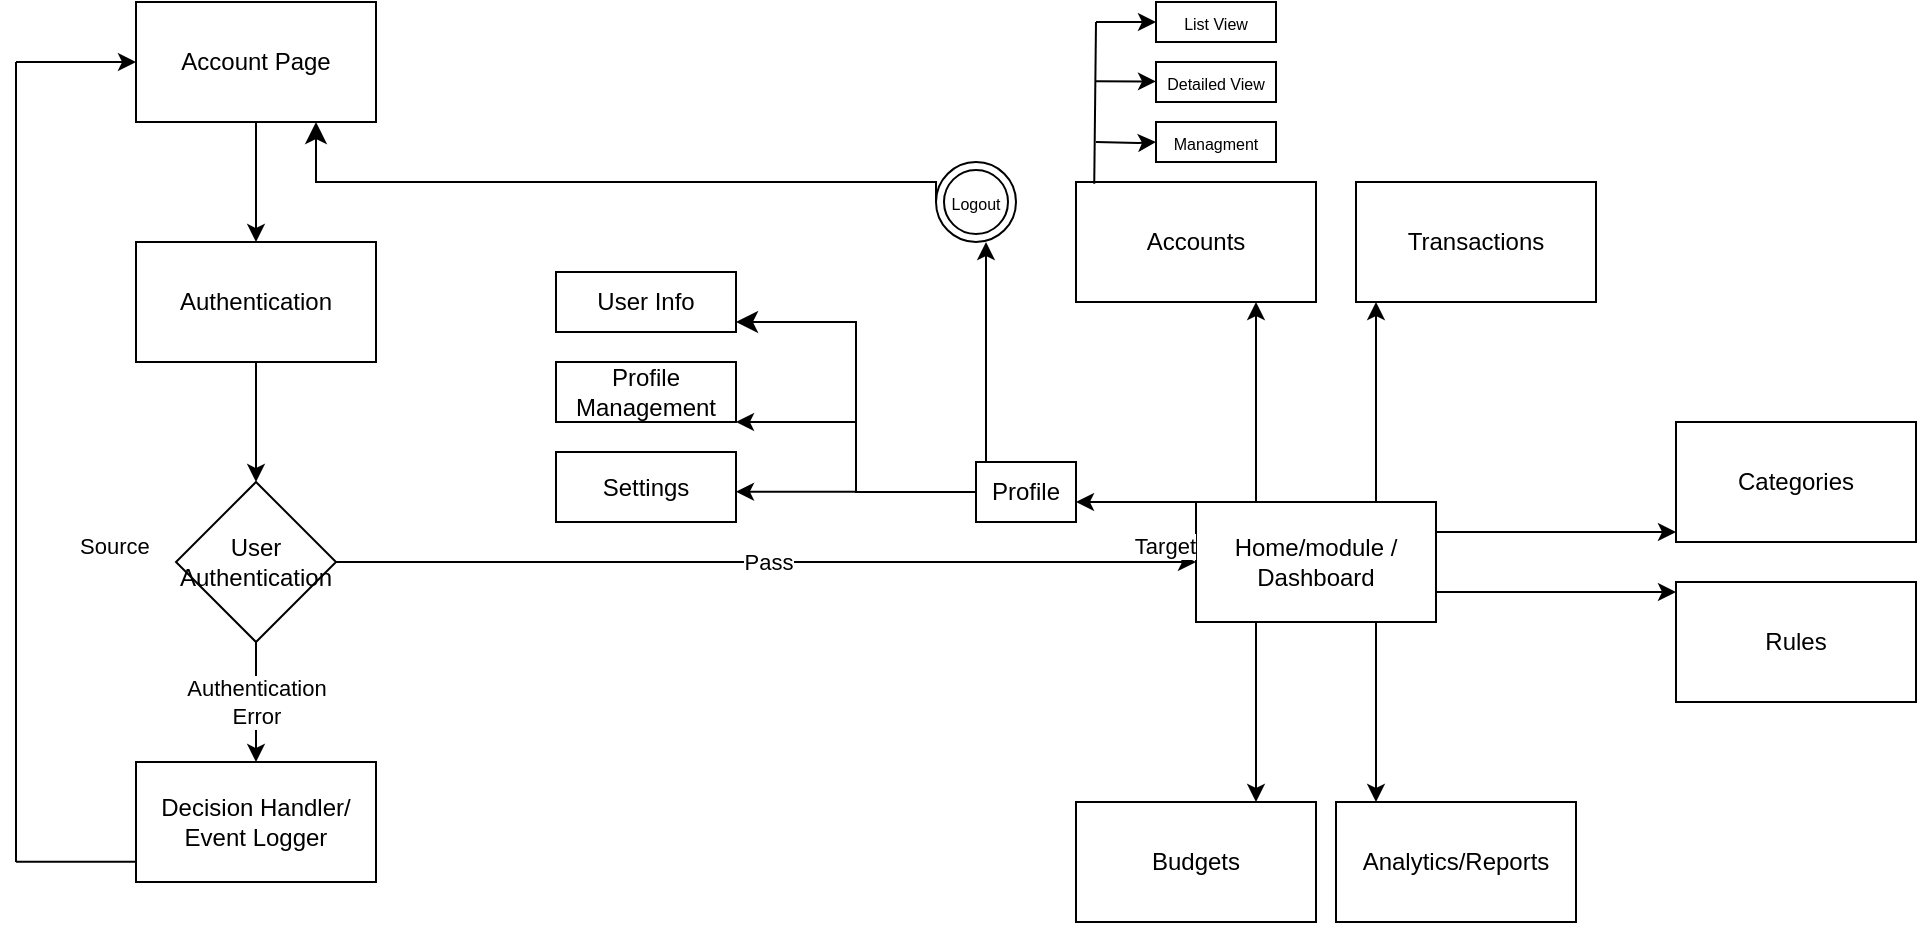
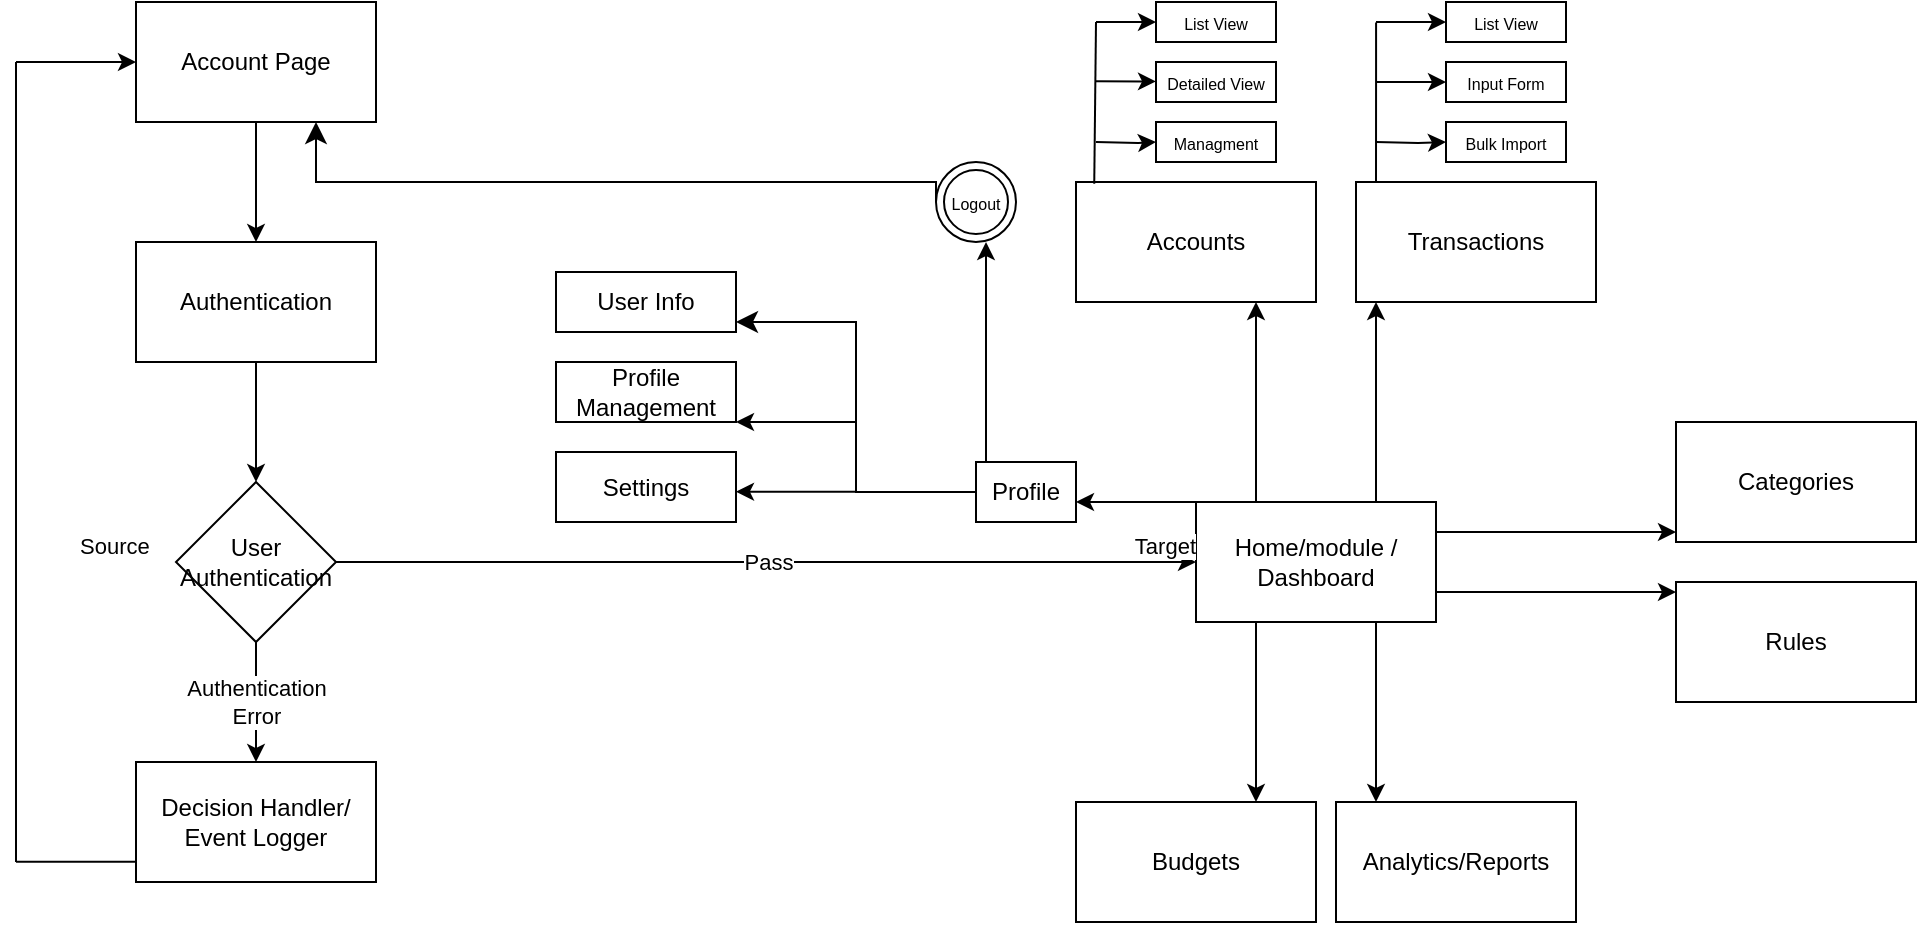
<mxfile host="app.diagrams.net" agent="Mozilla/5.0 (Windows NT 10.0; Win64; x64) AppleWebKit/537.36 (KHTML, like Gecko) Chrome/139.0.0.0 Safari/537.36" version="28.1.0">
  <diagram name="Page-1" id="GulApN4WPxvMzPRhlIXC">
-     <mxGraphModel dx="1348" dy="261" grid="1" gridSize="10" guides="1" tooltips="1" connect="1" arrows="1" fold="1" page="1" pageScale="1" pageWidth="850" pageHeight="1100" math="0" shadow="0">
+     <mxGraphModel dx="1194" dy="180" grid="1" gridSize="10" guides="1" tooltips="1" connect="1" arrows="1" fold="1" page="1" pageScale="1" pageWidth="850" pageHeight="1100" math="0" shadow="0">
      <root>
        <mxCell id="0" />
        <mxCell id="1" parent="0" />
        <mxCell id="rlmv7btFgNykXjglH9dx-1" value="Account Page" style="rounded=0;whiteSpace=wrap;html=1;" parent="1" vertex="1">
          <mxGeometry x="-250" y="80" width="120" height="60" as="geometry" />
        </mxCell>
        <mxCell id="rlmv7btFgNykXjglH9dx-2" value="" style="endArrow=classic;html=1;rounded=0;exitX=0.5;exitY=1;exitDx=0;exitDy=0;entryX=0.5;entryY=0;entryDx=0;entryDy=0;" parent="1" source="rlmv7btFgNykXjglH9dx-1" target="rlmv7btFgNykXjglH9dx-4" edge="1">
          <mxGeometry width="50" height="50" relative="1" as="geometry">
            <mxPoint x="-180" y="150" as="sourcePoint" />
            <mxPoint x="-30" y="110" as="targetPoint" />
          </mxGeometry>
        </mxCell>
        <mxCell id="rlmv7btFgNykXjglH9dx-4" value="Authentication" style="rounded=0;whiteSpace=wrap;html=1;" parent="1" vertex="1">
          <mxGeometry x="-250" y="200" width="120" height="60" as="geometry" />
        </mxCell>
        <mxCell id="rlmv7btFgNykXjglH9dx-6" value="User Authentication" style="rhombus;whiteSpace=wrap;html=1;" parent="1" vertex="1">
          <mxGeometry x="-230" y="320" width="80" height="80" as="geometry" />
        </mxCell>
        <mxCell id="rlmv7btFgNykXjglH9dx-7" value="" style="endArrow=classic;html=1;rounded=0;exitX=0.5;exitY=1;exitDx=0;exitDy=0;" parent="1" source="rlmv7btFgNykXjglH9dx-4" target="rlmv7btFgNykXjglH9dx-6" edge="1">
          <mxGeometry width="50" height="50" relative="1" as="geometry">
            <mxPoint x="-190" y="280" as="sourcePoint" />
            <mxPoint x="-140" y="230" as="targetPoint" />
          </mxGeometry>
        </mxCell>
        <mxCell id="rlmv7btFgNykXjglH9dx-11" value="Home/module / Dashboard" style="rounded=0;whiteSpace=wrap;html=1;" parent="1" vertex="1">
          <mxGeometry x="280" y="330" width="120" height="60" as="geometry" />
        </mxCell>
        <mxCell id="rlmv7btFgNykXjglH9dx-12" value="Pass" style="endArrow=classic;html=1;rounded=0;entryX=0;entryY=0.5;entryDx=0;entryDy=0;exitX=1;exitY=0.5;exitDx=0;exitDy=0;" parent="1" target="rlmv7btFgNykXjglH9dx-11" edge="1" source="rlmv7btFgNykXjglH9dx-6">
          <mxGeometry x="0.0033" relative="1" as="geometry">
            <mxPoint x="120" y="360" as="sourcePoint" />
            <mxPoint x="240" y="360" as="targetPoint" />
            <mxPoint as="offset" />
          </mxGeometry>
        </mxCell>
        <mxCell id="rlmv7btFgNykXjglH9dx-14" value="Source" style="edgeLabel;resizable=0;html=1;;align=left;verticalAlign=bottom;" parent="rlmv7btFgNykXjglH9dx-12" connectable="0" vertex="1">
          <mxGeometry x="-1" relative="1" as="geometry">
            <mxPoint x="-130" as="offset" />
          </mxGeometry>
        </mxCell>
        <mxCell id="rlmv7btFgNykXjglH9dx-15" value="Target" style="edgeLabel;resizable=0;html=1;;align=right;verticalAlign=bottom;" parent="rlmv7btFgNykXjglH9dx-12" connectable="0" vertex="1">
          <mxGeometry x="1" relative="1" as="geometry" />
        </mxCell>
        <mxCell id="rlmv7btFgNykXjglH9dx-16" value="Decision Handler/ Event Logger" style="rounded=0;whiteSpace=wrap;html=1;" parent="1" vertex="1">
          <mxGeometry x="-250" y="460" width="120" height="60" as="geometry" />
        </mxCell>
        <mxCell id="rlmv7btFgNykXjglH9dx-18" value="" style="endArrow=classic;html=1;rounded=0;exitX=0.5;exitY=1;exitDx=0;exitDy=0;entryX=0.5;entryY=0;entryDx=0;entryDy=0;" parent="1" source="rlmv7btFgNykXjglH9dx-6" target="rlmv7btFgNykXjglH9dx-16" edge="1">
          <mxGeometry relative="1" as="geometry">
            <mxPoint x="-30" y="450" as="sourcePoint" />
            <mxPoint x="130" y="450" as="targetPoint" />
          </mxGeometry>
        </mxCell>
        <mxCell id="rlmv7btFgNykXjglH9dx-19" value="Authentication&lt;div&gt;Error&lt;/div&gt;" style="edgeLabel;resizable=0;html=1;;align=center;verticalAlign=middle;" parent="rlmv7btFgNykXjglH9dx-18" connectable="0" vertex="1">
          <mxGeometry relative="1" as="geometry" />
        </mxCell>
        <mxCell id="rlmv7btFgNykXjglH9dx-24" value="" style="endArrow=classic;html=1;rounded=0;entryX=0;entryY=0.5;entryDx=0;entryDy=0;" parent="1" target="rlmv7btFgNykXjglH9dx-1" edge="1">
          <mxGeometry width="50" height="50" relative="1" as="geometry">
            <mxPoint x="-310" y="110" as="sourcePoint" />
            <mxPoint x="-50" y="240" as="targetPoint" />
          </mxGeometry>
        </mxCell>
        <mxCell id="rlmv7btFgNykXjglH9dx-26" value="" style="endArrow=none;html=1;rounded=0;" parent="1" edge="1">
          <mxGeometry width="50" height="50" relative="1" as="geometry">
            <mxPoint x="-310" y="110" as="sourcePoint" />
            <mxPoint x="-310" y="510" as="targetPoint" />
          </mxGeometry>
        </mxCell>
        <mxCell id="rlmv7btFgNykXjglH9dx-28" value="" style="endArrow=none;html=1;rounded=0;" parent="1" edge="1">
          <mxGeometry width="50" height="50" relative="1" as="geometry">
            <mxPoint x="-310" y="509.86" as="sourcePoint" />
            <mxPoint x="-250" y="509.86" as="targetPoint" />
          </mxGeometry>
        </mxCell>
        <mxCell id="tjxwa1OgpTy0bqbMmFWm-2" value="" style="endArrow=classic;html=1;rounded=0;exitX=0.25;exitY=0;exitDx=0;exitDy=0;entryX=0.75;entryY=1;entryDx=0;entryDy=0;" edge="1" parent="1" source="rlmv7btFgNykXjglH9dx-11" target="tjxwa1OgpTy0bqbMmFWm-3">
          <mxGeometry width="50" height="50" relative="1" as="geometry">
            <mxPoint x="320" y="310" as="sourcePoint" />
            <mxPoint x="340" y="240" as="targetPoint" />
            <Array as="points" />
          </mxGeometry>
        </mxCell>
        <mxCell id="tjxwa1OgpTy0bqbMmFWm-3" value="Accounts" style="rounded=0;whiteSpace=wrap;html=1;" vertex="1" parent="1">
          <mxGeometry x="220" y="170" width="120" height="60" as="geometry" />
        </mxCell>
        <mxCell id="tjxwa1OgpTy0bqbMmFWm-4" value="Budgets" style="rounded=0;whiteSpace=wrap;html=1;" vertex="1" parent="1">
          <mxGeometry x="220" y="480" width="120" height="60" as="geometry" />
        </mxCell>
        <mxCell id="tjxwa1OgpTy0bqbMmFWm-5" value="" style="endArrow=classic;html=1;rounded=0;exitX=0.25;exitY=1;exitDx=0;exitDy=0;entryX=0.75;entryY=0;entryDx=0;entryDy=0;" edge="1" parent="1" source="rlmv7btFgNykXjglH9dx-11" target="tjxwa1OgpTy0bqbMmFWm-4">
          <mxGeometry width="50" height="50" relative="1" as="geometry">
            <mxPoint x="350" y="450" as="sourcePoint" />
            <mxPoint x="280" y="470" as="targetPoint" />
          </mxGeometry>
        </mxCell>
        <mxCell id="tjxwa1OgpTy0bqbMmFWm-6" value="" style="endArrow=classic;html=1;rounded=0;exitX=1;exitY=0.25;exitDx=0;exitDy=0;" edge="1" parent="1" source="rlmv7btFgNykXjglH9dx-11">
          <mxGeometry width="50" height="50" relative="1" as="geometry">
            <mxPoint x="460" y="350" as="sourcePoint" />
            <mxPoint x="520" y="345" as="targetPoint" />
          </mxGeometry>
        </mxCell>
        <mxCell id="tjxwa1OgpTy0bqbMmFWm-7" value="" style="endArrow=classic;html=1;rounded=0;exitX=0.75;exitY=1;exitDx=0;exitDy=0;" edge="1" parent="1" source="rlmv7btFgNykXjglH9dx-11">
          <mxGeometry width="50" height="50" relative="1" as="geometry">
            <mxPoint x="470" y="420" as="sourcePoint" />
            <mxPoint x="370" y="480" as="targetPoint" />
          </mxGeometry>
        </mxCell>
        <mxCell id="tjxwa1OgpTy0bqbMmFWm-8" value="Analytics/Reports" style="rounded=0;whiteSpace=wrap;html=1;" vertex="1" parent="1">
          <mxGeometry x="350" y="480" width="120" height="60" as="geometry" />
        </mxCell>
        <mxCell id="tjxwa1OgpTy0bqbMmFWm-9" value="Categories" style="rounded=0;whiteSpace=wrap;html=1;" vertex="1" parent="1">
          <mxGeometry x="520" y="290" width="120" height="60" as="geometry" />
        </mxCell>
        <mxCell id="tjxwa1OgpTy0bqbMmFWm-10" value="" style="endArrow=classic;html=1;rounded=0;exitX=1;exitY=0.75;exitDx=0;exitDy=0;" edge="1" parent="1" source="rlmv7btFgNykXjglH9dx-11">
          <mxGeometry width="50" height="50" relative="1" as="geometry">
            <mxPoint x="480" y="430" as="sourcePoint" />
            <mxPoint x="520" y="375" as="targetPoint" />
          </mxGeometry>
        </mxCell>
        <mxCell id="tjxwa1OgpTy0bqbMmFWm-11" value="Rules" style="rounded=0;whiteSpace=wrap;html=1;" vertex="1" parent="1">
          <mxGeometry x="520" y="370" width="120" height="60" as="geometry" />
        </mxCell>
        <mxCell id="tjxwa1OgpTy0bqbMmFWm-12" value="" style="endArrow=classic;html=1;rounded=0;exitX=0.75;exitY=0;exitDx=0;exitDy=0;" edge="1" parent="1" source="rlmv7btFgNykXjglH9dx-11">
          <mxGeometry width="50" height="50" relative="1" as="geometry">
            <mxPoint x="380" y="310" as="sourcePoint" />
            <mxPoint x="370" y="230" as="targetPoint" />
          </mxGeometry>
        </mxCell>
        <mxCell id="tjxwa1OgpTy0bqbMmFWm-13" value="Transactions" style="rounded=0;whiteSpace=wrap;html=1;" vertex="1" parent="1">
          <mxGeometry x="360" y="170" width="120" height="60" as="geometry" />
        </mxCell>
        <mxCell id="tjxwa1OgpTy0bqbMmFWm-15" value="" style="endArrow=classic;html=1;rounded=0;exitX=0;exitY=0;exitDx=0;exitDy=0;" edge="1" parent="1" source="rlmv7btFgNykXjglH9dx-11">
          <mxGeometry width="50" height="50" relative="1" as="geometry">
            <mxPoint x="180" y="310" as="sourcePoint" />
            <mxPoint x="220" y="330" as="targetPoint" />
          </mxGeometry>
        </mxCell>
        <mxCell id="tjxwa1OgpTy0bqbMmFWm-16" value="Profile" style="rounded=0;whiteSpace=wrap;html=1;" vertex="1" parent="1">
          <mxGeometry x="170" y="310" width="50" height="30" as="geometry" />
        </mxCell>
        <mxCell id="tjxwa1OgpTy0bqbMmFWm-17" value="" style="endArrow=classic;html=1;rounded=0;exitX=0.5;exitY=0;exitDx=0;exitDy=0;" edge="1" parent="1">
          <mxGeometry width="50" height="50" relative="1" as="geometry">
            <mxPoint x="175" y="310" as="sourcePoint" />
            <mxPoint x="175" y="200" as="targetPoint" />
          </mxGeometry>
        </mxCell>
        <mxCell id="tjxwa1OgpTy0bqbMmFWm-18" value="&lt;font style=&quot;font-size: 8px;&quot;&gt;Logout&lt;/font&gt;" style="ellipse;shape=doubleEllipse;whiteSpace=wrap;html=1;aspect=fixed;" vertex="1" parent="1">
          <mxGeometry x="150" y="160" width="40" height="40" as="geometry" />
        </mxCell>
        <mxCell id="tjxwa1OgpTy0bqbMmFWm-20" value="" style="edgeStyle=elbowEdgeStyle;elbow=vertical;endArrow=classic;html=1;curved=0;rounded=0;endSize=8;startSize=8;entryX=0.75;entryY=1;entryDx=0;entryDy=0;exitX=0;exitY=0.5;exitDx=0;exitDy=0;" edge="1" parent="1" source="tjxwa1OgpTy0bqbMmFWm-18" target="rlmv7btFgNykXjglH9dx-1">
          <mxGeometry width="50" height="50" relative="1" as="geometry">
            <mxPoint x="190" y="160" as="sourcePoint" />
            <mxPoint x="240" y="110" as="targetPoint" />
            <Array as="points">
              <mxPoint x="10" y="170" />
            </Array>
          </mxGeometry>
        </mxCell>
        <mxCell id="tjxwa1OgpTy0bqbMmFWm-25" value="" style="edgeStyle=elbowEdgeStyle;elbow=horizontal;endArrow=classic;html=1;curved=0;rounded=0;endSize=8;startSize=8;exitX=0;exitY=0.5;exitDx=0;exitDy=0;" edge="1" parent="1" source="tjxwa1OgpTy0bqbMmFWm-16">
          <mxGeometry width="50" height="50" relative="1" as="geometry">
            <mxPoint x="110" y="330" as="sourcePoint" />
            <mxPoint x="50" y="240" as="targetPoint" />
          </mxGeometry>
        </mxCell>
        <mxCell id="tjxwa1OgpTy0bqbMmFWm-29" value="" style="endArrow=classic;html=1;rounded=0;" edge="1" parent="1">
          <mxGeometry width="50" height="50" relative="1" as="geometry">
            <mxPoint x="110" y="290" as="sourcePoint" />
            <mxPoint x="50" y="290" as="targetPoint" />
          </mxGeometry>
        </mxCell>
        <mxCell id="tjxwa1OgpTy0bqbMmFWm-30" value="User Info" style="rounded=0;whiteSpace=wrap;html=1;" vertex="1" parent="1">
          <mxGeometry x="-40" y="215" width="90" height="30" as="geometry" />
        </mxCell>
        <mxCell id="tjxwa1OgpTy0bqbMmFWm-31" value="Profile Management" style="rounded=0;whiteSpace=wrap;html=1;" vertex="1" parent="1">
          <mxGeometry x="-40" y="260" width="90" height="30" as="geometry" />
        </mxCell>
        <mxCell id="tjxwa1OgpTy0bqbMmFWm-32" value="" style="endArrow=classic;html=1;rounded=0;" edge="1" parent="1">
          <mxGeometry width="50" height="50" relative="1" as="geometry">
            <mxPoint x="110" y="324.82" as="sourcePoint" />
            <mxPoint x="50" y="324.82" as="targetPoint" />
            <Array as="points" />
          </mxGeometry>
        </mxCell>
        <mxCell id="tjxwa1OgpTy0bqbMmFWm-33" value="Settings" style="rounded=0;whiteSpace=wrap;html=1;" vertex="1" parent="1">
          <mxGeometry x="-40" y="305" width="90" height="35" as="geometry" />
        </mxCell>
        <mxCell id="tjxwa1OgpTy0bqbMmFWm-39" value="" style="endArrow=none;html=1;rounded=0;exitX=0.076;exitY=0.014;exitDx=0;exitDy=0;exitPerimeter=0;" edge="1" parent="1" source="tjxwa1OgpTy0bqbMmFWm-3">
          <mxGeometry width="50" height="50" relative="1" as="geometry">
            <mxPoint x="230" y="140" as="sourcePoint" />
            <mxPoint x="230" y="90" as="targetPoint" />
          </mxGeometry>
        </mxCell>
        <mxCell id="tjxwa1OgpTy0bqbMmFWm-40" value="" style="endArrow=classic;html=1;rounded=0;" edge="1" parent="1" source="tjxwa1OgpTy0bqbMmFWm-41">
          <mxGeometry width="50" height="50" relative="1" as="geometry">
            <mxPoint x="230" y="90" as="sourcePoint" />
            <mxPoint x="280" y="90" as="targetPoint" />
            <Array as="points" />
          </mxGeometry>
        </mxCell>
        <mxCell id="tjxwa1OgpTy0bqbMmFWm-42" value="&lt;font style=&quot;font-size: 8px;&quot;&gt;Detailed View&lt;/font&gt;" style="rounded=0;whiteSpace=wrap;html=1;" vertex="1" parent="1">
          <mxGeometry x="260" y="110" width="60" height="20" as="geometry" />
        </mxCell>
        <mxCell id="tjxwa1OgpTy0bqbMmFWm-45" style="edgeStyle=orthogonalEdgeStyle;rounded=0;orthogonalLoop=1;jettySize=auto;html=1;" edge="1" parent="1" target="tjxwa1OgpTy0bqbMmFWm-44">
          <mxGeometry relative="1" as="geometry">
            <mxPoint x="230" y="150" as="sourcePoint" />
          </mxGeometry>
        </mxCell>
        <mxCell id="tjxwa1OgpTy0bqbMmFWm-44" value="&lt;font style=&quot;font-size: 8px;&quot;&gt;Managment&lt;/font&gt;" style="rounded=0;whiteSpace=wrap;html=1;" vertex="1" parent="1">
          <mxGeometry x="260" y="140" width="60" height="20" as="geometry" />
        </mxCell>
        <mxCell id="tjxwa1OgpTy0bqbMmFWm-47" style="edgeStyle=orthogonalEdgeStyle;rounded=0;orthogonalLoop=1;jettySize=auto;html=1;" edge="1" parent="1">
          <mxGeometry relative="1" as="geometry">
            <mxPoint x="260" y="120" as="targetPoint" />
            <mxPoint x="230" y="119.66" as="sourcePoint" />
          </mxGeometry>
        </mxCell>
        <mxCell id="tjxwa1OgpTy0bqbMmFWm-49" value="" style="endArrow=classic;html=1;rounded=0;" edge="1" parent="1" target="tjxwa1OgpTy0bqbMmFWm-41">
          <mxGeometry width="50" height="50" relative="1" as="geometry">
            <mxPoint x="230" y="90" as="sourcePoint" />
            <mxPoint x="280" y="90" as="targetPoint" />
            <Array as="points" />
          </mxGeometry>
        </mxCell>
        <mxCell id="tjxwa1OgpTy0bqbMmFWm-41" value="&lt;font style=&quot;font-size: 8px;&quot;&gt;List View&lt;/font&gt;" style="rounded=0;whiteSpace=wrap;html=1;" vertex="1" parent="1">
          <mxGeometry x="260" y="80" width="60" height="20" as="geometry" />
        </mxCell>
+         <mxCell id="tjxwa1OgpTy0bqbMmFWm-65" value="" style="endArrow=classic;html=1;rounded=0;" edge="1" parent="1" source="tjxwa1OgpTy0bqbMmFWm-71">
+           <mxGeometry width="50" height="50" relative="1" as="geometry">
+             <mxPoint x="375" y="90" as="sourcePoint" />
+             <mxPoint x="425" y="90" as="targetPoint" />
+             <Array as="points" />
+           </mxGeometry>
+         </mxCell>
+         <mxCell id="tjxwa1OgpTy0bqbMmFWm-66" value="&lt;font style=&quot;font-size: 8px;&quot;&gt;Input Form&lt;/font&gt;" style="rounded=0;whiteSpace=wrap;html=1;" vertex="1" parent="1">
+           <mxGeometry x="405" y="110" width="60" height="20" as="geometry" />
+         </mxCell>
+         <mxCell id="tjxwa1OgpTy0bqbMmFWm-67" style="edgeStyle=orthogonalEdgeStyle;rounded=0;orthogonalLoop=1;jettySize=auto;html=1;" edge="1" parent="1" target="tjxwa1OgpTy0bqbMmFWm-68">
+           <mxGeometry relative="1" as="geometry">
+             <mxPoint x="370" y="150" as="sourcePoint" />
+           </mxGeometry>
+         </mxCell>
+         <mxCell id="tjxwa1OgpTy0bqbMmFWm-68" value="&lt;font style=&quot;font-size: 8px;&quot;&gt;Bulk Import&lt;/font&gt;" style="rounded=0;whiteSpace=wrap;html=1;" vertex="1" parent="1">
+           <mxGeometry x="405" y="140" width="60" height="20" as="geometry" />
+         </mxCell>
+         <mxCell id="tjxwa1OgpTy0bqbMmFWm-69" style="edgeStyle=orthogonalEdgeStyle;rounded=0;orthogonalLoop=1;jettySize=auto;html=1;" edge="1" parent="1">
+           <mxGeometry relative="1" as="geometry">
+             <mxPoint x="405" y="120" as="targetPoint" />
+             <mxPoint x="370" y="120" as="sourcePoint" />
+           </mxGeometry>
+         </mxCell>
+         <mxCell id="tjxwa1OgpTy0bqbMmFWm-70" value="" style="endArrow=classic;html=1;rounded=0;" edge="1" parent="1" target="tjxwa1OgpTy0bqbMmFWm-71">
+           <mxGeometry width="50" height="50" relative="1" as="geometry">
+             <mxPoint x="370" y="90" as="sourcePoint" />
+             <mxPoint x="425" y="90" as="targetPoint" />
+             <Array as="points" />
+           </mxGeometry>
+         </mxCell>
+         <mxCell id="tjxwa1OgpTy0bqbMmFWm-71" value="&lt;font style=&quot;font-size: 8px;&quot;&gt;List View&lt;/font&gt;" style="rounded=0;whiteSpace=wrap;html=1;" vertex="1" parent="1">
+           <mxGeometry x="405" y="80" width="60" height="20" as="geometry" />
+         </mxCell>
+         <mxCell id="tjxwa1OgpTy0bqbMmFWm-72" value="" style="endArrow=none;html=1;rounded=0;exitX=0.108;exitY=-0.004;exitDx=0;exitDy=0;exitPerimeter=0;" edge="1" parent="1">
+           <mxGeometry width="50" height="50" relative="1" as="geometry">
+             <mxPoint x="370.00000000000006" y="170.00000000000003" as="sourcePoint" />
+             <mxPoint x="370.04" y="90.24" as="targetPoint" />
+             <Array as="points">
+               <mxPoint x="370.04" y="110.24" />
+             </Array>
+           </mxGeometry>
+         </mxCell>
      </root>
    </mxGraphModel>
  </diagram>
</mxfile>
